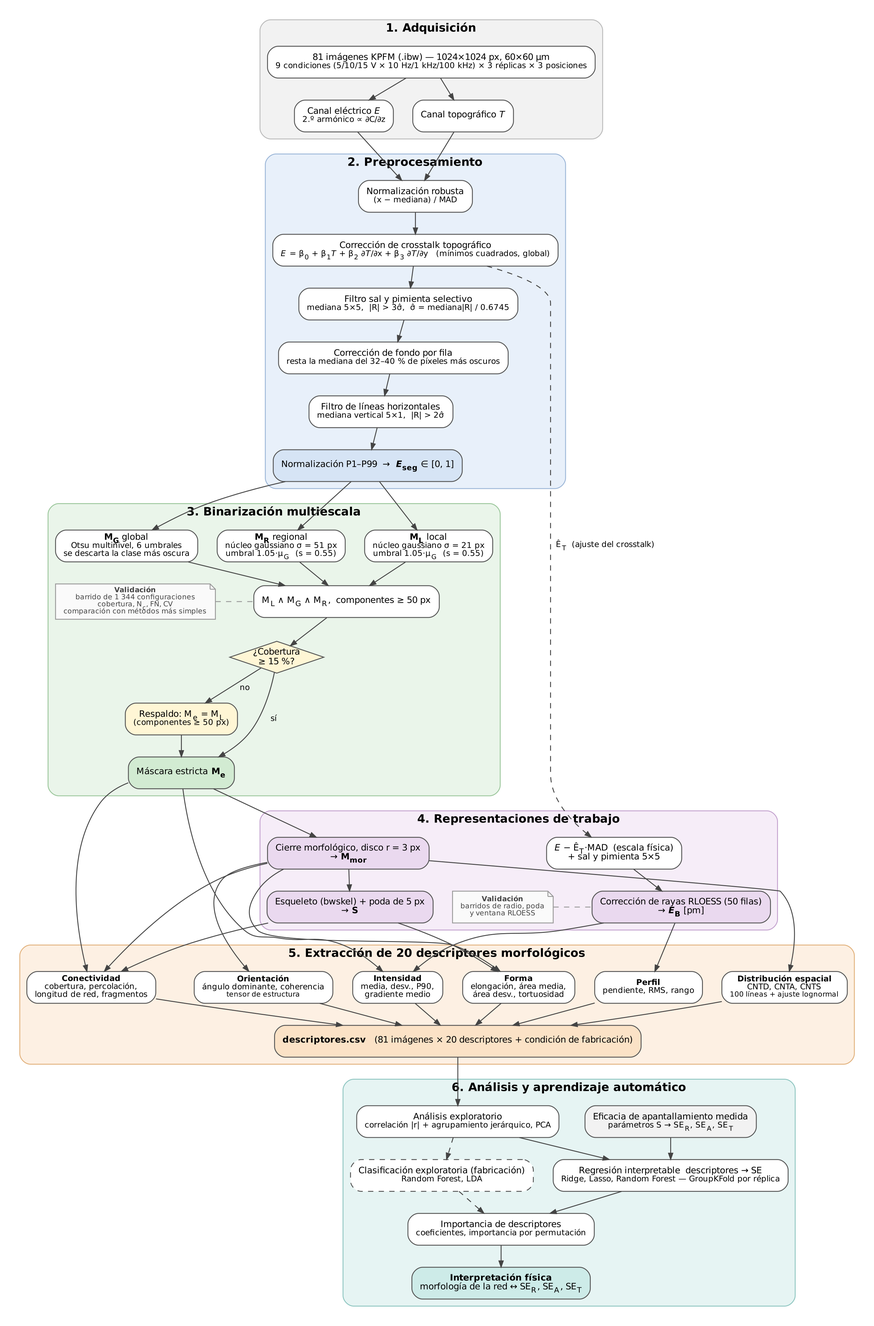
The Graphviz diagram documento/figuras/diagrama_flujo.png in Sergio-Colmenares/Tesis, before a commit. Its source is kept beside it as documento/figuras/diagrama_flujo.dot.
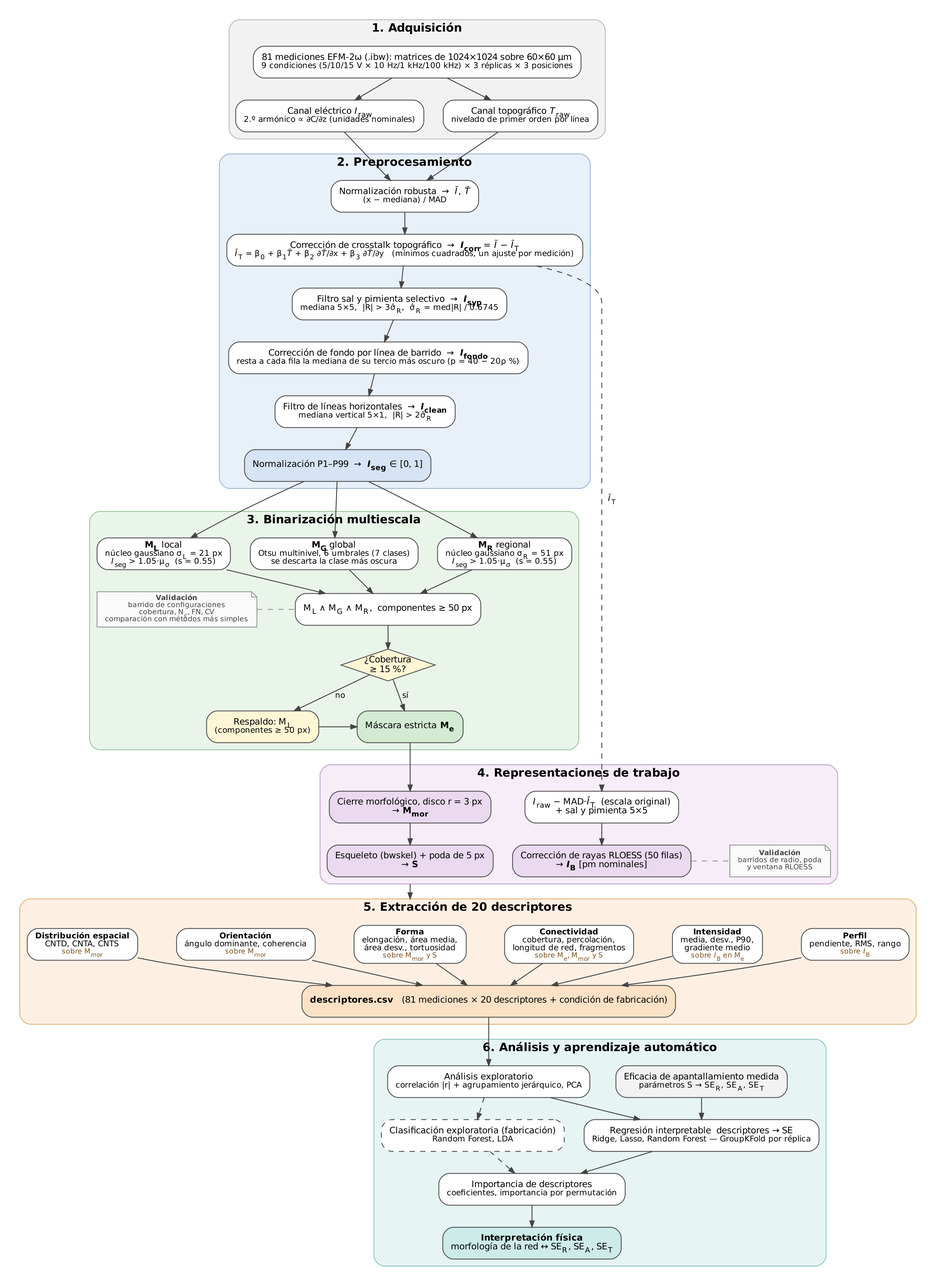
After the commit.

Commit message:
Renombrar el canal eléctrico y sus etapas (E -> I) y rehacer el diagrama de flujo sin cruces

Change to the diagram source:
```diff
@@ -1,101 +1,100 @@
 digraph proceso {
     graph [rankdir=TB, fontname="DejaVu Sans", fontsize=13, nodesep=0.3, ranksep=0.32,
-           newrank=true, splines=spline, pad=0.2];
+           newrank=true, compound=true, splines=spline, pad=0.2];
     node  [shape=box, style="rounded,filled", fillcolor="#FFFFFF", fontname="DejaVu Sans",
            fontsize=10, color="#555555", penwidth=1, margin="0.12,0.06"];
     edge  [color="#444444", arrowsize=0.7, penwidth=1, fontname="DejaVu Sans"];
 
     subgraph cluster_datos {
         label=<<B>1. Adquisición</B>>; style="rounded,filled"; fillcolor="#F2F2F2"; color="#BBBBBB";
-        ibw  [label=<81 imágenes KPFM (.ibw) — 1024×1024 px, 60×60 µm<BR/><FONT POINT-SIZE="9">9 condiciones (5/10/15 V × 10 Hz/1 kHz/100 kHz) × 3 réplicas × 3 posiciones</FONT>>];
-        elec [label=<Canal eléctrico <I>E</I><BR/><FONT POINT-SIZE="9">2.º armónico ∝ ∂C/∂z</FONT>>];
-        topo [label=<Canal topográfico <I>T</I>>];
+        ibw  [label=<81 mediciones EFM-2ω (.ibw): matrices de 1024×1024 sobre 60×60 µm<BR/><FONT POINT-SIZE="9">9 condiciones (5/10/15 V × 10 Hz/1 kHz/100 kHz) × 3 réplicas × 3 posiciones</FONT>>];
+        elec [label=<Canal eléctrico <I>I</I><SUB>raw</SUB><BR/><FONT POINT-SIZE="9">2.º armónico ∝ ∂C/∂z (unidades nominales)</FONT>>];
+        topo [label=<Canal topográfico <I>T</I><SUB>raw</SUB><BR/><FONT POINT-SIZE="9">nivelado de primer orden por línea</FONT>>];
         {rank=same; elec; topo;}
     }
     ibw -> elec; ibw -> topo;
 
     subgraph cluster_pre {
         label=<<B>2. Preprocesamiento</B>>; style="rounded,filled"; fillcolor="#E8F0FA"; color="#9DB7D8";
-        norm  [label=<Normalización robusta<BR/><FONT POINT-SIZE="9">(x − mediana) / MAD</FONT>>];
-        cross [label=<Corrección de crosstalk topográfico<BR/><FONT POINT-SIZE="9"><I>E</I> = β<SUB>0</SUB> + β<SUB>1</SUB><I>T</I> + β<SUB>2</SUB> ∂<I>T</I>/∂x + β<SUB>3</SUB> ∂<I>T</I>/∂y   (mínimos cuadrados, global)</FONT>>];
-        syp1  [label=<Filtro sal y pimienta selectivo<BR/><FONT POINT-SIZE="9">mediana 5×5,  |R| &gt; 3σ̂,  σ̂ = mediana|R| / 0.6745</FONT>>];
-        fondo [label=<Corrección de fondo por fila<BR/><FONT POINT-SIZE="9">resta la mediana del 32–40 % de píxeles más oscuros</FONT>>];
-        syp2  [label=<Filtro de líneas horizontales<BR/><FONT POINT-SIZE="9">mediana vertical 5×1,  |R| &gt; 2σ̂</FONT>>];
-        eseg  [label=<Normalización P1–P99  →  <B><I>E</I><SUB>seg</SUB></B> ∈ [0, 1]>, fillcolor="#D6E4F5"];
-        norm -> cross -> syp1 -> fondo -> syp2 -> eseg;
+        norm  [label=<Normalización robusta  →  <I>Ĩ</I>, <I>T̃</I><BR/><FONT POINT-SIZE="9">(x − mediana) / MAD</FONT>>];
+        cross [label=<Corrección de crosstalk topográfico  →  <B><I>I</I><SUB>corr</SUB></B> = <I>Ĩ</I> − <I>Î</I><SUB>T</SUB><BR/><FONT POINT-SIZE="9"><I>Î</I><SUB>T</SUB> = β<SUB>0</SUB> + β<SUB>1</SUB><I>T̃</I> + β<SUB>2</SUB> ∂<I>T̃</I>/∂x + β<SUB>3</SUB> ∂<I>T̃</I>/∂y   (mínimos cuadrados, un ajuste por medición)</FONT>>];
+        syp1  [label=<Filtro sal y pimienta selectivo  →  <B><I>I</I><SUB>syp</SUB></B><BR/><FONT POINT-SIZE="9">mediana 5×5,  |R| &gt; 3σ̂<SUB>R</SUB>,  σ̂<SUB>R</SUB> = med|R| / 0.6745</FONT>>];
+        fondo [label=<Corrección de fondo por línea de barrido  →  <B><I>I</I><SUB>fondo</SUB></B><BR/><FONT POINT-SIZE="9">resta a cada fila la mediana de su tercio más oscuro (p = 40 − 20ρ %)</FONT>>];
+        syp2  [label=<Filtro de líneas horizontales  →  <B><I>I</I><SUB>clean</SUB></B><BR/><FONT POINT-SIZE="9">mediana vertical 5×1,  |R| &gt; 2σ̂<SUB>R</SUB></FONT>>];
+        iseg  [label=<Normalización P1–P99  →  <B><I>I</I><SUB>seg</SUB></B> ∈ [0, 1]>, fillcolor="#D6E4F5"];
+        norm -> cross -> syp1 -> fondo -> syp2 -> iseg;
     }
     elec -> norm; topo -> norm;
 
     subgraph cluster_bin {
         label=<<B>3. Binarización multiescala</B>>; style="rounded,filled"; fillcolor="#EAF5EA"; color="#9CC79C";
-        ml   [label=<<B>M<SUB>L</SUB></B> local<BR/><FONT POINT-SIZE="9">núcleo gaussiano σ = 21 px<BR/>umbral 1.05·μ<SUB>G</SUB>  (s = 0.55)</FONT>>];
-        mg   [label=<<B>M<SUB>G</SUB></B> global<BR/><FONT POINT-SIZE="9">Otsu multinivel, 6 umbrales<BR/>se descarta la clase más oscura</FONT>>];
-        mr   [label=<<B>M<SUB>R</SUB></B> regional<BR/><FONT POINT-SIZE="9">núcleo gaussiano σ = 51 px<BR/>umbral 1.05·μ<SUB>G</SUB>  (s = 0.55)</FONT>>];
+        ml   [label=<<B>M<SUB>L</SUB></B> local<BR/><FONT POINT-SIZE="9">núcleo gaussiano σ<SUB>L</SUB> = 21 px<BR/><I>I</I><SUB>seg</SUB> &gt; 1.05·μ<SUB>σ</SUB>  (s = 0.55)</FONT>>];
+        mg   [label=<<B>M<SUB>G</SUB></B> global<BR/><FONT POINT-SIZE="9">Otsu multinivel, 6 umbrales (7 clases)<BR/>se descarta la clase más oscura</FONT>>];
+        mr   [label=<<B>M<SUB>R</SUB></B> regional<BR/><FONT POINT-SIZE="9">núcleo gaussiano σ<SUB>R</SUB> = 51 px<BR/><I>I</I><SUB>seg</SUB> &gt; 1.05·μ<SUB>σ</SUB>  (s = 0.55)</FONT>>];
         and  [label=<M<SUB>L</SUB> ∧ M<SUB>G</SUB> ∧ M<SUB>R</SUB>,  componentes ≥ 50 px>];
         dec  [label=<¿Cobertura<BR/>≥ 15 %?>, shape=diamond, style="filled", fillcolor="#FFF6D5", margin="0.02,0.02"];
-        resp [label=<Respaldo: M<SUB>e</SUB> = M<SUB>L</SUB><BR/><FONT POINT-SIZE="9">(componentes ≥ 50 px)</FONT>>, fillcolor="#FFF6D5"];
+        resp [label=<Respaldo: M<SUB>L</SUB><BR/><FONT POINT-SIZE="9">(componentes ≥ 50 px)</FONT>>, fillcolor="#FFF6D5"];
         me   [label=<Máscara estricta <B>M<SUB>e</SUB></B>>, fillcolor="#D2EBD2"];
-        v1   [label=<<B>Validación</B><BR/>barrido de 1 344 configuraciones<BR/>cobertura, N<SUB>c</SUB>, FN, CV<BR/>comparación con métodos más simples>,
+        v1   [label=<<B>Validación</B><BR/>barrido de configuraciones<BR/>cobertura, N<SUB>c</SUB>, FN, CV<BR/>comparación con métodos más simples>,
               shape=note, style="filled", fillcolor="#FAFAFA", color="#999999", fontsize=8, fontcolor="#444444"];
         {rank=same; ml; mg; mr;}
         {rank=same; and; v1;}
+        {rank=same; resp; me;}
         ml -> and; mg -> and; mr -> and;
         and -> dec;
-        dec -> me   [label="  sí", fontsize=9];
-        dec -> resp [label="  no", fontsize=9];
+        dec -> resp [label=" no", fontsize=9];
+        dec -> me   [label=" sí", fontsize=9];
         resp -> me;
         v1 -> and [style=dashed, color="#999999", arrowhead=none];
     }
-    eseg -> ml; eseg -> mg; eseg -> mr;
+    iseg -> ml; iseg -> mg; iseg -> mr;
 
     subgraph cluster_rep {
         label=<<B>4. Representaciones de trabajo</B>>; style="rounded,filled"; fillcolor="#F6EDF8"; color="#C4A3CF";
         mmor [label=<Cierre morfológico, disco r = 3 px<BR/>→ <B>M<SUB>mor</SUB></B>>, fillcolor="#EAD9EF"];
         skel [label=<Esqueleto (bwskel) + poda de 5 px<BR/>→ <B>S</B>>, fillcolor="#EAD9EF"];
-        ebsy [label=<<I>E</I> − Ê<SUB>T</SUB>·MAD  (escala física)<BR/>+ sal y pimienta 5×5>];
-        eb   [label=<Corrección de rayas RLOESS (50 filas)<BR/>→ <B><I>E</I><SUB>B</SUB></B> [pm]>, fillcolor="#EAD9EF"];
+        ibsy [label=<<I>I</I><SUB>raw</SUB> − MAD·<I>Î</I><SUB>T</SUB>  (escala original)<BR/>+ sal y pimienta 5×5>];
+        ib   [label=<Corrección de rayas RLOESS (50 filas)<BR/>→ <B><I>I</I><SUB>B</SUB></B> [pm nominales]>, fillcolor="#EAD9EF"];
         v2   [label=<<B>Validación</B><BR/>barridos de radio, poda<BR/>y ventana RLOESS>,
               shape=note, style="filled", fillcolor="#FAFAFA", color="#999999", fontsize=8, fontcolor="#444444"];
-        {rank=same; mmor; ebsy;}
-        {rank=same; skel; eb; v2;}
+        {rank=same; mmor; ibsy;}
+        {rank=same; skel; ib; v2;}
         mmor -> skel;
-        ebsy -> eb;
-        v2 -> eb [style=dashed, color="#999999", arrowhead=none];
+        ibsy -> ib;
+        ib -> v2 [style=dashed, color="#999999", arrowhead=none];
     }
     me -> mmor;
-    cross -> ebsy [style=dashed, label=<  Ê<SUB>T</SUB>  (ajuste del crosstalk)>, fontsize=9];
+    cross -> ibsy [style=dashed, label=<  <I>Î</I><SUB>T</SUB>>, fontsize=9];
 
     subgraph cluster_desc {
-        label=<<B>5. Extracción de 20 descriptores morfológicos</B>>; style="rounded,filled"; fillcolor="#FDF0E3"; color="#E2B27D";
+        label=<<B>5. Extracción de 20 descriptores</B>>; style="rounded,filled"; fillcolor="#FDF0E3"; color="#E2B27D";
         node [fontsize=9];
-        d1 [label=<<B>Distribución espacial</B><BR/>CNTD, CNTA, CNTS<BR/><FONT POINT-SIZE="8">100 líneas + ajuste lognormal</FONT>>];
-        d3 [label=<<B>Forma</B><BR/>elongación, área media,<BR/>área desv., tortuosidad>];
-        d4 [label=<<B>Orientación</B><BR/>ángulo dominante, coherencia<BR/><FONT POINT-SIZE="8">tensor de estructura</FONT>>];
-        d5 [label=<<B>Conectividad</B><BR/>cobertura, percolación,<BR/>longitud de red, fragmentos>];
-        d2 [label=<<B>Intensidad</B><BR/>media, desv., P90,<BR/>gradiente medio>];
-        d6 [label=<<B>Perfil</B><BR/>pendiente, RMS, rango>];
-        {rank=same; d1; d3; d4; d5; d2; d6;}
-        d1 -> d3 -> d4 -> d5 -> d2 -> d6 [style=invis];
-        csv [label=<<B>descriptores.csv</B>   (81 imágenes × 20 descriptores + condición de fabricación)>, fontsize=10, fillcolor="#FBE2C6"];
-        d1 -> csv; d2 -> csv; d3 -> csv; d4 -> csv; d5 -> csv; d6 -> csv;
+        d1 [label=<<B>Distribución espacial</B><BR/>CNTD, CNTA, CNTS<BR/><FONT POINT-SIZE="8" COLOR="#7A4E1D">sobre M<SUB>mor</SUB></FONT>>];
+        d4 [label=<<B>Orientación</B><BR/>ángulo dominante, coherencia<BR/><FONT POINT-SIZE="8" COLOR="#7A4E1D">sobre M<SUB>mor</SUB></FONT>>];
+        d3 [label=<<B>Forma</B><BR/>elongación, área media,<BR/>área desv., tortuosidad<BR/><FONT POINT-SIZE="8" COLOR="#7A4E1D">sobre M<SUB>mor</SUB> y S</FONT>>];
+        d5 [label=<<B>Conectividad</B><BR/>cobertura, percolación,<BR/>longitud de red, fragmentos<BR/><FONT POINT-SIZE="8" COLOR="#7A4E1D">sobre M<SUB>e</SUB>, M<SUB>mor</SUB> y S</FONT>>];
+        d2 [label=<<B>Intensidad</B><BR/>media, desv., P90,<BR/>gradiente medio<BR/><FONT POINT-SIZE="8" COLOR="#7A4E1D">sobre <I>I</I><SUB>B</SUB> en M<SUB>e</SUB></FONT>>];
+        d6 [label=<<B>Perfil</B><BR/>pendiente, RMS, rango<BR/><FONT POINT-SIZE="8" COLOR="#7A4E1D">sobre <I>I</I><SUB>B</SUB></FONT>>];
+        {rank=same; d1; d4; d3; d5; d2; d6;}
+        d1 -> d4 -> d3 -> d5 -> d2 -> d6 [style=invis];
+        csv [label=<<B>descriptores.csv</B>   (81 mediciones × 20 descriptores + condición de fabricación)>, fontsize=10, fillcolor="#FBE2C6"];
+        d1 -> csv; d4 -> csv; d3 -> csv; d5 -> csv; d2 -> csv; d6 -> csv;
     }
-    mmor -> d1; mmor -> d3; mmor -> d4; mmor -> d5;
-    skel -> d3; skel -> d5;
-    me   -> d5; me -> d2;
-    eb   -> d2; eb -> d6;
+    skel -> d3 [ltail=cluster_rep, lhead=cluster_desc];
 
     subgraph cluster_ml {
         label=<<B>6. Análisis y aprendizaje automático</B>>; style="rounded,filled"; fillcolor="#E6F4F3"; color="#8FC6C1";
         se   [label=<Eficacia de apantallamiento medida<BR/><FONT POINT-SIZE="9">parámetros S → SE<SUB>R</SUB>, SE<SUB>A</SUB>, SE<SUB>T</SUB></FONT>>, fillcolor="#F2F2F2"];
         expl [label=<Análisis exploratorio<BR/><FONT POINT-SIZE="9">correlación |r| + agrupamiento jerárquico, PCA</FONT>>];
+        cls  [label=<Clasificación exploratoria (fabricación)<BR/><FONT POINT-SIZE="9">Random Forest, LDA</FONT>>, style="rounded,dashed,filled"];
         reg  [label=<Regresión interpretable  descriptores → SE<BR/><FONT POINT-SIZE="9">Ridge, Lasso, Random Forest — GroupKFold por réplica</FONT>>];
-        cls  [label=<Clasificación exploratoria (fabricación)<BR/><FONT POINT-SIZE="9">Random Forest, LDA</FONT>>, style="rounded,dashed,filled"];
         imp  [label=<Importancia de descriptores<BR/><FONT POINT-SIZE="9">coeficientes, importancia por permutación</FONT>>];
         fis  [label=<<B>Interpretación física</B><BR/>morfología de la red ↔ SE<SUB>R</SUB>, SE<SUB>A</SUB>, SE<SUB>T</SUB>>, fillcolor="#CDEBE8"];
         {rank=same; expl; se;}
+        {rank=same; cls; reg;}
+        expl -> cls [style=dashed];
         expl -> reg; se -> reg;
-        expl -> cls [style=dashed];
-        reg -> imp; cls -> imp [style=dashed];
+        cls -> imp [style=dashed]; reg -> imp;
         imp -> fis;
     }
     csv -> expl;
```
